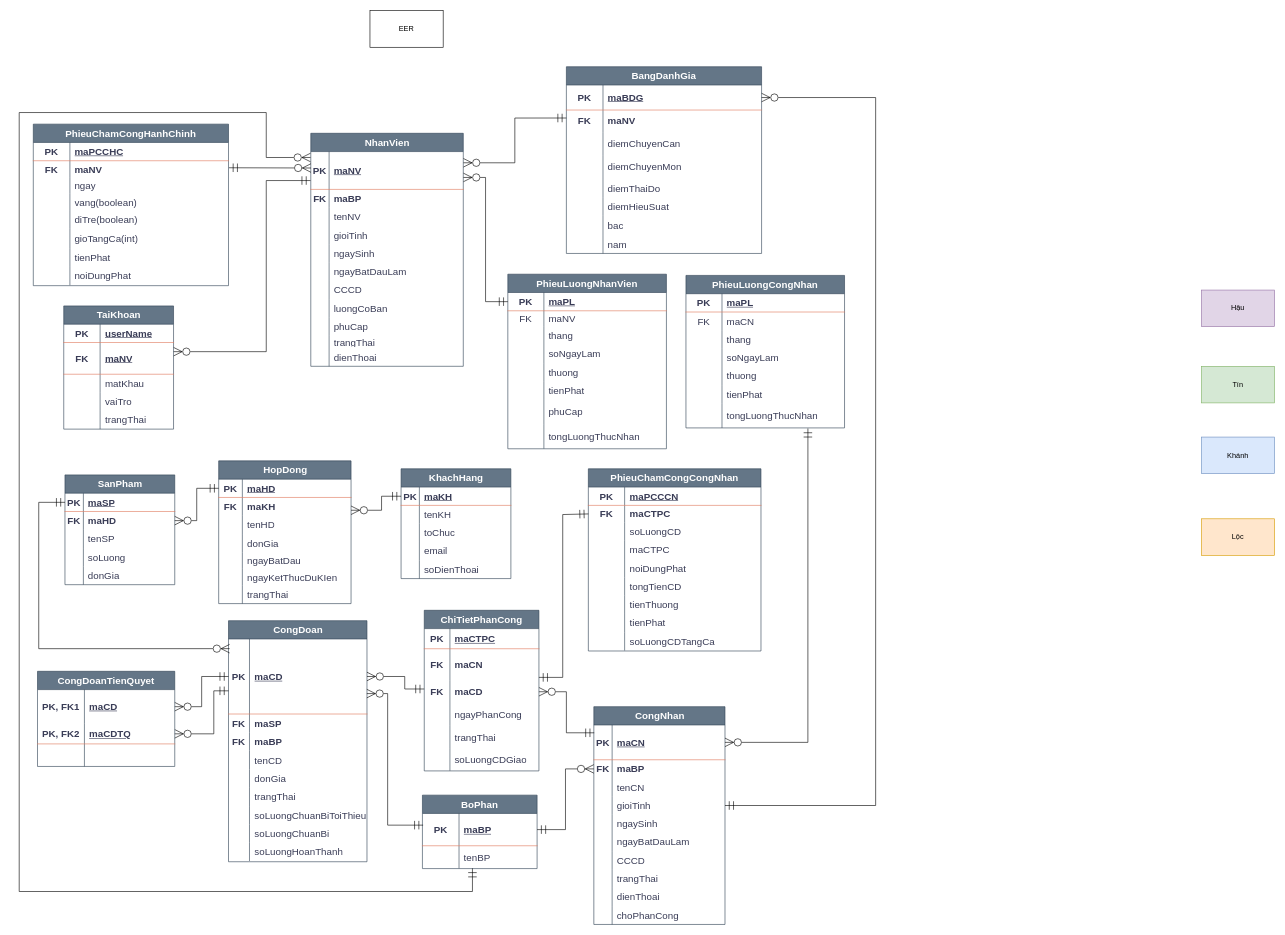
TomTom2k/-management-of-a-ceramic-processing-company keeps this draw.io diagram as page "ERD" (1 of 3) of diagrams/diagrams.drawio. Above is the earlier version. Source tidied: cells renumbered, new cells numbered last; positions are measured from the earlier drawing's top-left corner, leaving out a move shared by most shapes. Both pictures are drawn from the tidied source at 61%, with x=0, y=0 at pixel (19, 10).
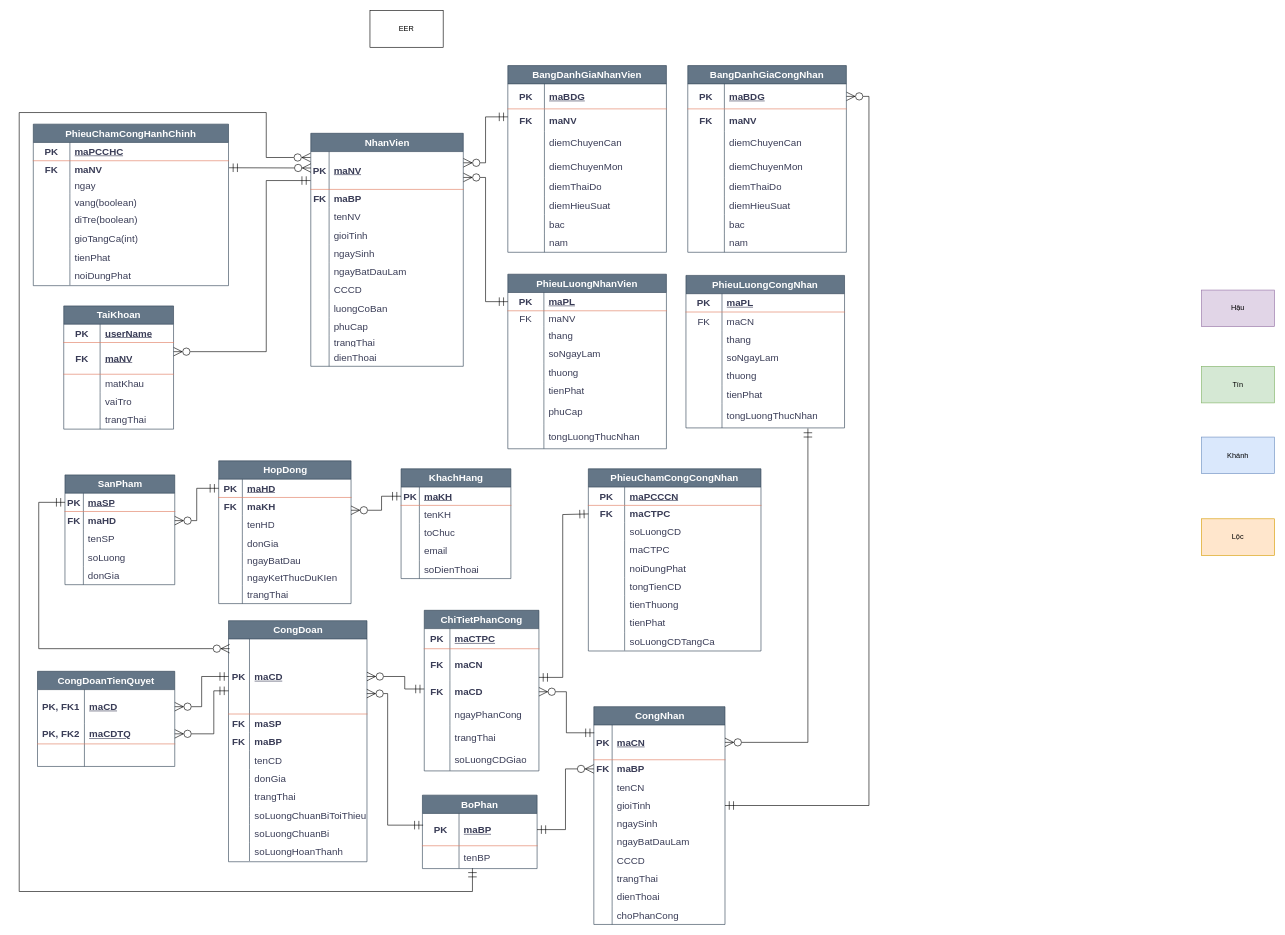
Above is the later version.

Unchanged cells that the change refers to:
```xml
<mxCell id="12" style="shape=tableRow;horizontal=0;startSize=0;swimlaneHead=0;swimlaneBody=0;fillColor=none;points=[[0,0.5],[1,0.5]];portConstraint=eastwest;top=0;left=0;right=0;bottom=0;labelBackgroundColor=none;strokeColor=#E07A5F;fontColor=#393C56;fontSize=16;" parent="2" vertex="1">
  <mxGeometry y="147" width="215" height="30" as="geometry" />
</mxCell>
```

Change to the diagram source:
```diff
@@
-    <mxCell id="259" value="BangDanhGia" style="shape=table;startSize=30;childLayout=tableLayout;rowLines=0;fontStyle=1;align=center;html=1;whiteSpace=wrap;labelBackgroundColor=none;fillColor=#647687;strokeColor=#314354;fontSize=16;fontColor=#ffffff;" parent="1" vertex="1">
-      <mxGeometry x="897" y="91.9" width="320" height="306.1" as="geometry" />
+    <mxCell id="259" value="BangDanhGiaNhanVien" style="shape=table;startSize=30;childLayout=tableLayout;rowLines=0;fontStyle=1;align=center;html=1;whiteSpace=wrap;labelBackgroundColor=none;fillColor=#647687;strokeColor=#314354;fontSize=16;fontColor=#ffffff;" parent="1" vertex="1">
+      <mxGeometry x="801" y="90" width="260" height="306.1" as="geometry" />
     </mxCell>
     <mxCell id="260" style="shape=tableRow;horizontal=0;startSize=0;swimlaneHead=0;swimlaneBody=0;fillColor=none;points=[[0,0.5],[1,0.5]];portConstraint=eastwest;top=0;left=0;right=0;bottom=1;html=1;labelBackgroundColor=none;strokeColor=#E07A5F;fontColor=#393C56;fontSize=16;" parent="259" vertex="1">
-      <mxGeometry y="30" width="320" height="41" as="geometry" />
+      <mxGeometry y="30" width="260" height="41" as="geometry" />
     </mxCell>
@@
     <mxCell id="262" value="maBDG" style="shape=partialRectangle;fillColor=none;top=0;left=0;bottom=0;right=0;align=left;spacingLeft=6;fontStyle=5;overflow=hidden;html=1;whiteSpace=wrap;labelBackgroundColor=none;strokeColor=#E07A5F;fontColor=#393C56;fontSize=16;" parent="260" vertex="1">
-      <mxGeometry x="60" width="260" height="41" as="geometry" />
+      <mxGeometry x="60" width="200" height="41" as="geometry" />
     </mxCell>
     <mxCell id="263" style="shape=tableRow;horizontal=0;startSize=0;swimlaneHead=0;swimlaneBody=0;fillColor=none;points=[[0,0.5],[1,0.5]];portConstraint=eastwest;top=0;left=0;right=0;bottom=0;html=1;labelBackgroundColor=none;strokeColor=#E07A5F;fontColor=#393C56;fontSize=16;" parent="259" vertex="1">
-      <mxGeometry y="71" width="320" height="37" as="geometry" />
+      <mxGeometry y="71" width="260" height="37" as="geometry" />
     </mxCell>
@@
     <mxCell id="265" value="maNV" style="shape=partialRectangle;fillColor=none;top=0;left=0;bottom=0;right=0;align=left;spacingLeft=6;overflow=hidden;html=1;whiteSpace=wrap;labelBackgroundColor=none;strokeColor=#E07A5F;fontColor=#393C56;fontSize=16;fontStyle=1;" parent="263" vertex="1">
-      <mxGeometry x="60" width="260" height="37" as="geometry" />
+      <mxGeometry x="60" width="200" height="37" as="geometry" />
     </mxCell>
     <mxCell id="266" style="shape=tableRow;horizontal=0;startSize=0;swimlaneHead=0;swimlaneBody=0;fillColor=none;top=0;left=0;right=0;bottom=0;html=1;labelBackgroundColor=none;strokeColor=#E07A5F;fontColor=#393C56;fontSize=16;" parent="259" vertex="1">
-      <mxGeometry y="108" width="320" height="37" as="geometry" />
+      <mxGeometry y="108" width="260" height="37" as="geometry" />
     </mxCell>
@@
     <mxCell id="268" value="diemChuyenCan" style="shape=partialRectangle;fillColor=none;top=0;left=0;bottom=0;right=0;align=left;spacingLeft=6;overflow=hidden;html=1;whiteSpace=wrap;labelBackgroundColor=none;strokeColor=#E07A5F;fontColor=#393C56;fontSize=16;" parent="266" vertex="1">
-      <mxGeometry x="60" width="260" height="37" as="geometry" />
+      <mxGeometry x="60" width="200" height="37" as="geometry" />
     </mxCell>
     <mxCell id="269" style="shape=tableRow;horizontal=0;startSize=0;swimlaneHead=0;swimlaneBody=0;fillColor=none;top=0;left=0;right=0;bottom=0;html=1;labelBackgroundColor=none;strokeColor=#E07A5F;fontColor=#393C56;fontSize=16;" parent="259" vertex="1">
-      <mxGeometry y="145" width="320" height="39" as="geometry" />
+      <mxGeometry y="145" width="260" height="39" as="geometry" />
     </mxCell>
@@
     <mxCell id="271" value="diemChuyenMon" style="shape=partialRectangle;fillColor=none;top=0;left=0;bottom=0;right=0;align=left;spacingLeft=6;overflow=hidden;html=1;whiteSpace=wrap;labelBackgroundColor=none;strokeColor=#E07A5F;fontColor=#393C56;fontSize=16;" parent="269" vertex="1">
-      <mxGeometry x="60" width="260" height="39" as="geometry" />
+      <mxGeometry x="60" width="200" height="39" as="geometry" />
     </mxCell>
     <mxCell id="272" style="shape=tableRow;horizontal=0;startSize=0;swimlaneHead=0;swimlaneBody=0;fillColor=none;top=0;left=0;right=0;bottom=0;html=1;labelBackgroundColor=none;strokeColor=#E07A5F;fontColor=#393C56;fontSize=16;" parent="259" vertex="1">
-      <mxGeometry y="184" width="320" height="30" as="geometry" />
+      <mxGeometry y="184" width="260" height="30" as="geometry" />
     </mxCell>
@@
     <mxCell id="274" value="diemThaiDo" style="shape=partialRectangle;fillColor=none;top=0;left=0;bottom=0;right=0;align=left;spacingLeft=6;overflow=hidden;html=1;whiteSpace=wrap;labelBackgroundColor=none;strokeColor=#E07A5F;fontColor=#393C56;fontSize=16;" parent="272" vertex="1">
-      <mxGeometry x="60" width="260" height="30" as="geometry" />
+      <mxGeometry x="60" width="200" height="30" as="geometry" />
     </mxCell>
     <mxCell id="275" style="shape=tableRow;horizontal=0;startSize=0;swimlaneHead=0;swimlaneBody=0;fillColor=none;top=0;left=0;right=0;bottom=0;html=1;labelBackgroundColor=none;strokeColor=#E07A5F;fontColor=#393C56;fontSize=16;" parent="259" vertex="1">
-      <mxGeometry y="214" width="320" height="30" as="geometry" />
+      <mxGeometry y="214" width="260" height="30" as="geometry" />
     </mxCell>
@@
     <mxCell id="277" value="diemHieuSuat" style="shape=partialRectangle;fillColor=none;top=0;left=0;bottom=0;right=0;align=left;spacingLeft=6;overflow=hidden;html=1;whiteSpace=wrap;labelBackgroundColor=none;strokeColor=#E07A5F;fontColor=#393C56;fontSize=16;" parent="275" vertex="1">
-      <mxGeometry x="60" width="260" height="30" as="geometry" />
+      <mxGeometry x="60" width="200" height="30" as="geometry" />
     </mxCell>
     <mxCell id="278" style="shape=tableRow;horizontal=0;startSize=0;swimlaneHead=0;swimlaneBody=0;fillColor=none;top=0;left=0;right=0;bottom=0;html=1;labelBackgroundColor=none;strokeColor=#E07A5F;fontColor=#393C56;fontSize=16;" parent="259" vertex="1">
-      <mxGeometry y="244" width="320" height="32" as="geometry" />
+      <mxGeometry y="244" width="260" height="32" as="geometry" />
     </mxCell>
@@
     <mxCell id="280" value="bac" style="shape=partialRectangle;fillColor=none;top=0;left=0;bottom=0;right=0;align=left;spacingLeft=6;overflow=hidden;html=1;whiteSpace=wrap;labelBackgroundColor=none;strokeColor=#E07A5F;fontColor=#393C56;fontSize=16;" parent="278" vertex="1">
-      <mxGeometry x="60" width="260" height="32" as="geometry" />
+      <mxGeometry x="60" width="200" height="32" as="geometry" />
     </mxCell>
     <mxCell id="281" style="shape=tableRow;horizontal=0;startSize=0;swimlaneHead=0;swimlaneBody=0;fillColor=none;top=0;left=0;right=0;bottom=0;html=1;labelBackgroundColor=none;strokeColor=#E07A5F;fontColor=#393C56;fontSize=16;" parent="259" vertex="1">
-      <mxGeometry y="276" width="320" height="30" as="geometry" />
+      <mxGeometry y="276" width="260" height="30" as="geometry" />
     </mxCell>
@@
     <mxCell id="283" value="nam" style="shape=partialRectangle;fillColor=none;top=0;left=0;bottom=0;right=0;align=left;spacingLeft=6;overflow=hidden;html=1;whiteSpace=wrap;labelBackgroundColor=none;strokeColor=#E07A5F;fontColor=#393C56;fontSize=16;" parent="281" vertex="1">
-      <mxGeometry x="60" width="260" height="30" as="geometry" />
+      <mxGeometry x="60" width="200" height="30" as="geometry" />
     </mxCell>
@@
-    <mxCell id="285" style="rounded=0;jettySize=auto;html=1;startArrow=ERzeroToMany;startFill=0;endArrow=ERmandOne;endFill=0;labelBackgroundColor=none;strokeColor=#000000;fontColor=default;fontSize=16;endSize=12;startSize=12;exitX=1;exitY=0.5;exitDx=0;exitDy=0;entryX=1;entryY=0.5;entryDx=0;entryDy=0;edgeStyle=orthogonalEdgeStyle;" parent="1" edge="1" source="260" target="12">
+    <mxCell id="285" style="rounded=0;jettySize=auto;html=1;startArrow=ERzeroToMany;startFill=0;endArrow=ERmandOne;endFill=0;labelBackgroundColor=none;strokeColor=#000000;fontColor=default;fontSize=16;endSize=12;startSize=12;entryX=1;entryY=0.5;entryDx=0;entryDy=0;edgeStyle=orthogonalEdgeStyle;exitX=1;exitY=0.5;exitDx=0;exitDy=0;" parent="1" edge="1" source="349" target="12">
       <mxGeometry relative="1" as="geometry">
         <Array as="points">
-          <mxPoint x="1404" y="142" />
-          <mxPoint x="1404" y="1303" />
+          <mxPoint x="1393" y="141" />
+          <mxPoint x="1393" y="1303" />
         </Array>
       </mxGeometry>
     </mxCell>
@@
+    <mxCell id="348" value="BangDanhGiaCongNhan" style="shape=table;startSize=30;childLayout=tableLayout;rowLines=0;fontStyle=1;align=center;html=1;whiteSpace=wrap;labelBackgroundColor=none;fillColor=#647687;strokeColor=#314354;fontSize=16;fontColor=#ffffff;" parent="1" vertex="1">
+      <mxGeometry x="1096" y="90" width="260" height="306.1" as="geometry" />
+    </mxCell>
+    <mxCell id="349" style="shape=tableRow;horizontal=0;startSize=0;swimlaneHead=0;swimlaneBody=0;fillColor=none;points=[[0,0.5],[1,0.5]];portConstraint=eastwest;top=0;left=0;right=0;bottom=1;html=1;labelBackgroundColor=none;strokeColor=#E07A5F;fontColor=#393C56;fontSize=16;" parent="348" vertex="1">
+      <mxGeometry y="30" width="260" height="41" as="geometry" />
+    </mxCell>
+    <mxCell id="350" value="PK" style="shape=partialRectangle;fillColor=none;top=0;left=0;bottom=0;right=0;fontStyle=1;overflow=hidden;html=1;whiteSpace=wrap;labelBackgroundColor=none;strokeColor=#E07A5F;fontColor=#393C56;fontSize=16;" parent="349" vertex="1">
+      <mxGeometry width="60" height="41" as="geometry" />
+    </mxCell>
+    <mxCell id="351" value="maBDG" style="shape=partialRectangle;fillColor=none;top=0;left=0;bottom=0;right=0;align=left;spacingLeft=6;fontStyle=5;overflow=hidden;html=1;whiteSpace=wrap;labelBackgroundColor=none;strokeColor=#E07A5F;fontColor=#393C56;fontSize=16;" parent="349" vertex="1">
+      <mxGeometry x="60" width="200" height="41" as="geometry" />
+    </mxCell>
+    <mxCell id="352" style="shape=tableRow;horizontal=0;startSize=0;swimlaneHead=0;swimlaneBody=0;fillColor=none;top=0;left=0;right=0;bottom=0;html=1;labelBackgroundColor=none;strokeColor=#E07A5F;fontColor=#393C56;fontSize=16;" parent="348" vertex="1">
+      <mxGeometry y="71" width="260" height="37" as="geometry" />
+    </mxCell>
+    <mxCell id="353" value="FK" style="shape=partialRectangle;fillColor=none;top=0;left=0;bottom=0;right=0;overflow=hidden;html=1;whiteSpace=wrap;labelBackgroundColor=none;strokeColor=#E07A5F;fontColor=#393C56;fontSize=16;fontStyle=1;" parent="352" vertex="1">
+      <mxGeometry width="60" height="37" as="geometry" />
+    </mxCell>
+    <mxCell id="354" value="maNV" style="shape=partialRectangle;fillColor=none;top=0;left=0;bottom=0;right=0;align=left;spacingLeft=6;overflow=hidden;html=1;whiteSpace=wrap;labelBackgroundColor=none;strokeColor=#E07A5F;fontColor=#393C56;fontSize=16;fontStyle=1;" parent="352" vertex="1">
+      <mxGeometry x="60" width="200" height="37" as="geometry" />
+    </mxCell>
+    <mxCell id="355" style="shape=tableRow;horizontal=0;startSize=0;swimlaneHead=0;swimlaneBody=0;fillColor=none;top=0;left=0;right=0;bottom=0;html=1;labelBackgroundColor=none;strokeColor=#E07A5F;fontColor=#393C56;fontSize=16;" parent="348" vertex="1">
+      <mxGeometry y="108" width="260" height="37" as="geometry" />
+    </mxCell>
+    <mxCell id="356" style="shape=partialRectangle;fillColor=none;top=0;left=0;bottom=0;right=0;overflow=hidden;html=1;whiteSpace=wrap;labelBackgroundColor=none;strokeColor=#E07A5F;fontColor=#393C56;fontSize=16;" parent="355" vertex="1">
+      <mxGeometry width="60" height="37" as="geometry" />
+    </mxCell>
+    <mxCell id="357" value="diemChuyenCan" style="shape=partialRectangle;fillColor=none;top=0;left=0;bottom=0;right=0;align=left;spacingLeft=6;overflow=hidden;html=1;whiteSpace=wrap;labelBackgroundColor=none;strokeColor=#E07A5F;fontColor=#393C56;fontSize=16;" parent="355" vertex="1">
+      <mxGeometry x="60" width="200" height="37" as="geometry" />
+    </mxCell>
+    <mxCell id="358" style="shape=tableRow;horizontal=0;startSize=0;swimlaneHead=0;swimlaneBody=0;fillColor=none;top=0;left=0;right=0;bottom=0;html=1;labelBackgroundColor=none;strokeColor=#E07A5F;fontColor=#393C56;fontSize=16;" parent="348" vertex="1">
+      <mxGeometry y="145" width="260" height="39" as="geometry" />
+    </mxCell>
+    <mxCell id="359" style="shape=partialRectangle;fillColor=none;top=0;left=0;bottom=0;right=0;overflow=hidden;html=1;whiteSpace=wrap;labelBackgroundColor=none;strokeColor=#E07A5F;fontColor=#393C56;fontSize=16;" parent="358" vertex="1">
+      <mxGeometry width="60" height="39" as="geometry" />
+    </mxCell>
+    <mxCell id="360" value="diemChuyenMon" style="shape=partialRectangle;fillColor=none;top=0;left=0;bottom=0;right=0;align=left;spacingLeft=6;overflow=hidden;html=1;whiteSpace=wrap;labelBackgroundColor=none;strokeColor=#E07A5F;fontColor=#393C56;fontSize=16;" parent="358" vertex="1">
+      <mxGeometry x="60" width="200" height="39" as="geometry" />
+    </mxCell>
+    <mxCell id="361" style="shape=tableRow;horizontal=0;startSize=0;swimlaneHead=0;swimlaneBody=0;fillColor=none;top=0;left=0;right=0;bottom=0;html=1;labelBackgroundColor=none;strokeColor=#E07A5F;fontColor=#393C56;fontSize=16;" parent="348" vertex="1">
+      <mxGeometry y="184" width="260" height="30" as="geometry" />
+    </mxCell>
+    <mxCell id="362" style="shape=partialRectangle;fillColor=none;top=0;left=0;bottom=0;right=0;overflow=hidden;html=1;whiteSpace=wrap;labelBackgroundColor=none;strokeColor=#E07A5F;fontColor=#393C56;fontSize=16;" parent="361" vertex="1">
+      <mxGeometry width="60" height="30" as="geometry" />
+    </mxCell>
+    <mxCell id="363" value="diemThaiDo" style="shape=partialRectangle;fillColor=none;top=0;left=0;bottom=0;right=0;align=left;spacingLeft=6;overflow=hidden;html=1;whiteSpace=wrap;labelBackgroundColor=none;strokeColor=#E07A5F;fontColor=#393C56;fontSize=16;" parent="361" vertex="1">
+      <mxGeometry x="60" width="200" height="30" as="geometry" />
+    </mxCell>
+    <mxCell id="364" style="shape=tableRow;horizontal=0;startSize=0;swimlaneHead=0;swimlaneBody=0;fillColor=none;top=0;left=0;right=0;bottom=0;html=1;labelBackgroundColor=none;strokeColor=#E07A5F;fontColor=#393C56;fontSize=16;" parent="348" vertex="1">
+      <mxGeometry y="214" width="260" height="30" as="geometry" />
+    </mxCell>
+    <mxCell id="365" style="shape=partialRectangle;fillColor=none;top=0;left=0;bottom=0;right=0;overflow=hidden;html=1;whiteSpace=wrap;labelBackgroundColor=none;strokeColor=#E07A5F;fontColor=#393C56;fontSize=16;" parent="364" vertex="1">
+      <mxGeometry width="60" height="30" as="geometry" />
+    </mxCell>
+    <mxCell id="366" value="diemHieuSuat" style="shape=partialRectangle;fillColor=none;top=0;left=0;bottom=0;right=0;align=left;spacingLeft=6;overflow=hidden;html=1;whiteSpace=wrap;labelBackgroundColor=none;strokeColor=#E07A5F;fontColor=#393C56;fontSize=16;" parent="364" vertex="1">
+      <mxGeometry x="60" width="200" height="30" as="geometry" />
+    </mxCell>
+    <mxCell id="367" style="shape=tableRow;horizontal=0;startSize=0;swimlaneHead=0;swimlaneBody=0;fillColor=none;top=0;left=0;right=0;bottom=0;html=1;labelBackgroundColor=none;strokeColor=#E07A5F;fontColor=#393C56;fontSize=16;" parent="348" vertex="1">
+      <mxGeometry y="244" width="260" height="32" as="geometry" />
+    </mxCell>
+    <mxCell id="368" style="shape=partialRectangle;fillColor=none;top=0;left=0;bottom=0;right=0;overflow=hidden;html=1;whiteSpace=wrap;labelBackgroundColor=none;strokeColor=#E07A5F;fontColor=#393C56;fontSize=16;" parent="367" vertex="1">
+      <mxGeometry width="60" height="32" as="geometry" />
+    </mxCell>
+    <mxCell id="369" value="bac" style="shape=partialRectangle;fillColor=none;top=0;left=0;bottom=0;right=0;align=left;spacingLeft=6;overflow=hidden;html=1;whiteSpace=wrap;labelBackgroundColor=none;strokeColor=#E07A5F;fontColor=#393C56;fontSize=16;" parent="367" vertex="1">
+      <mxGeometry x="60" width="200" height="32" as="geometry" />
+    </mxCell>
+    <mxCell id="370" style="shape=tableRow;horizontal=0;startSize=0;swimlaneHead=0;swimlaneBody=0;fillColor=none;top=0;left=0;right=0;bottom=0;html=1;labelBackgroundColor=none;strokeColor=#E07A5F;fontColor=#393C56;fontSize=16;" parent="348" vertex="1">
+      <mxGeometry y="276" width="260" height="30" as="geometry" />
+    </mxCell>
+    <mxCell id="371" style="shape=partialRectangle;fillColor=none;top=0;left=0;bottom=0;right=0;overflow=hidden;html=1;whiteSpace=wrap;labelBackgroundColor=none;strokeColor=#E07A5F;fontColor=#393C56;fontSize=16;" parent="370" vertex="1">
+      <mxGeometry width="60" height="30" as="geometry" />
+    </mxCell>
+    <mxCell id="372" value="nam" style="shape=partialRectangle;fillColor=none;top=0;left=0;bottom=0;right=0;align=left;spacingLeft=6;overflow=hidden;html=1;whiteSpace=wrap;labelBackgroundColor=none;strokeColor=#E07A5F;fontColor=#393C56;fontSize=16;" parent="370" vertex="1">
+      <mxGeometry x="60" width="200" height="30" as="geometry" />
+    </mxCell>
```
